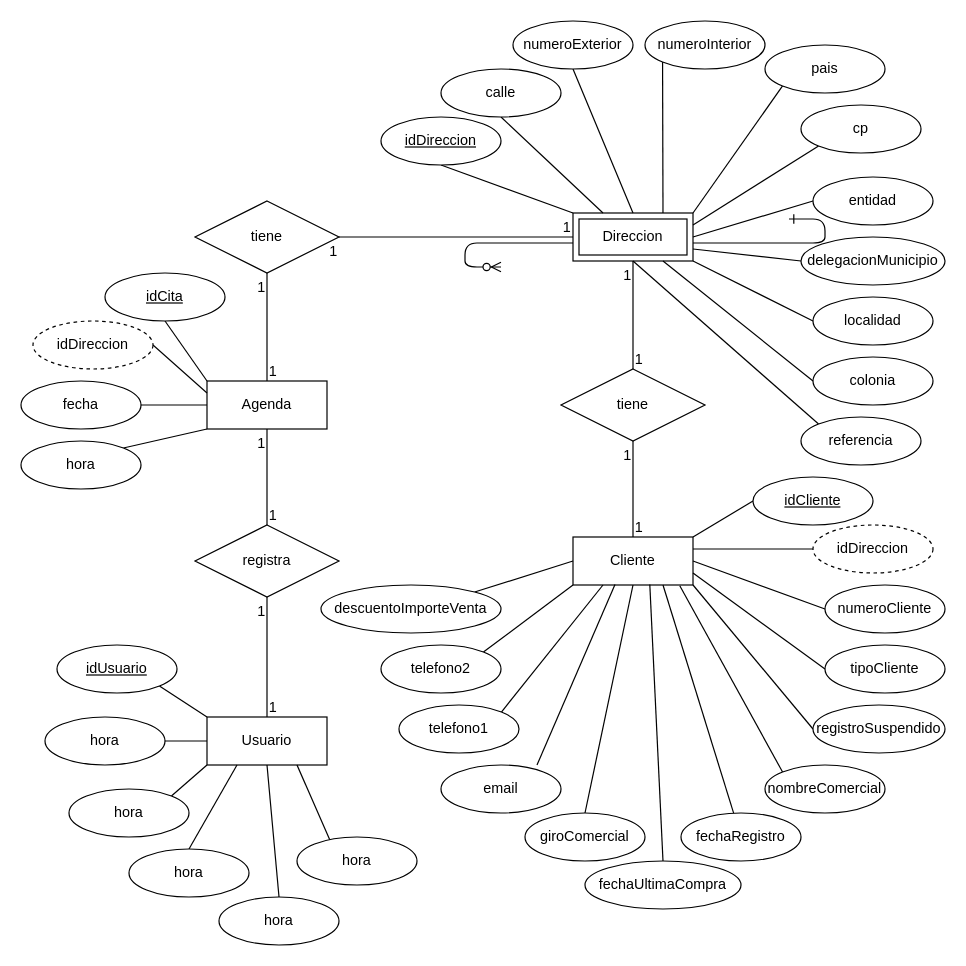
Above: UML-ER-Clientes.drawio in agustin-ollin/Doc-PROMEZ (draw.io), before the change. Source tidied: cells renumbered, new cells numbered last; positions are measured from the earlier drawing's top-left corner, leaving out a move shared by most shapes. Both pictures are drawn from the tidied source at 120%, with x=0, y=0 at pixel (20, 20).
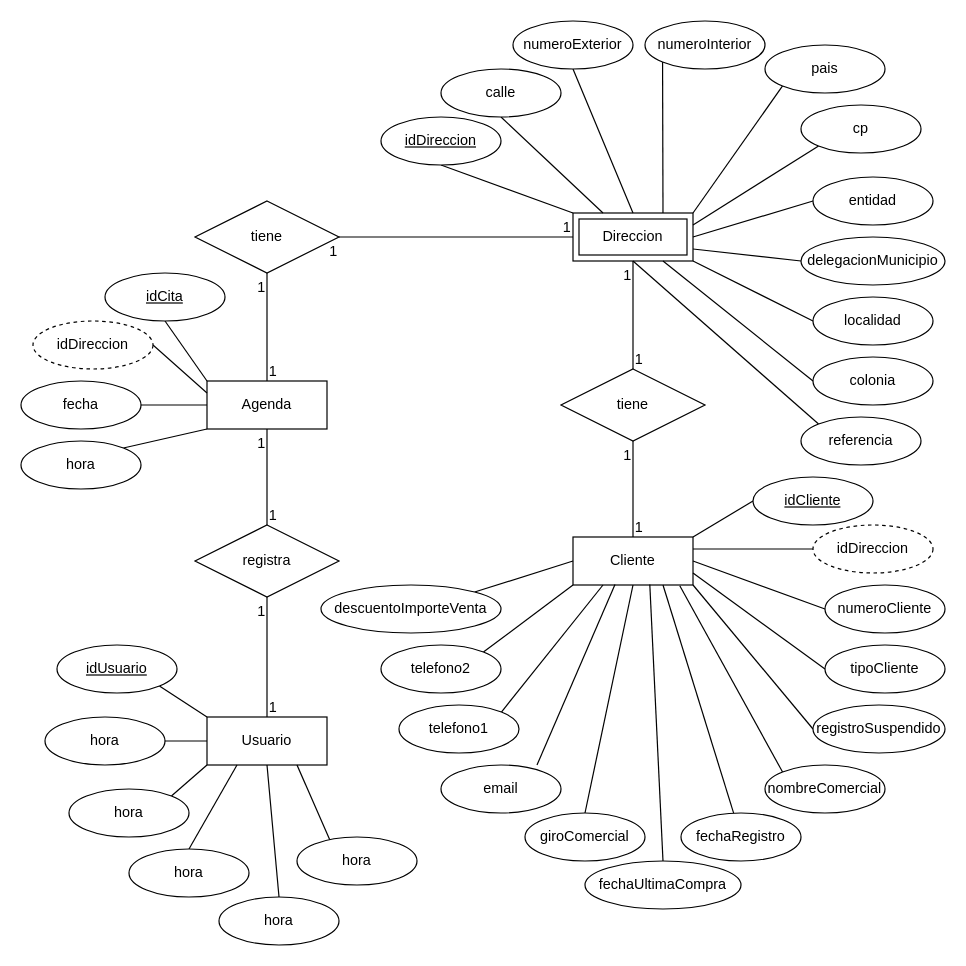
After the change.

Diff of the diagram source:
```diff
@@
-    <mxCell id="2" style="edgeStyle=entityRelationEdgeStyle;endArrow=ERzeroToMany;startArrow=ERone;endFill=1;startFill=0;" parent="1" edge="1">
-      <mxGeometry relative="1" as="geometry">
-        <mxPoint x="640" y="165" as="sourcePoint" />
-        <mxPoint x="400" y="205" as="targetPoint" />
-      </mxGeometry>
-    </mxCell>
```
